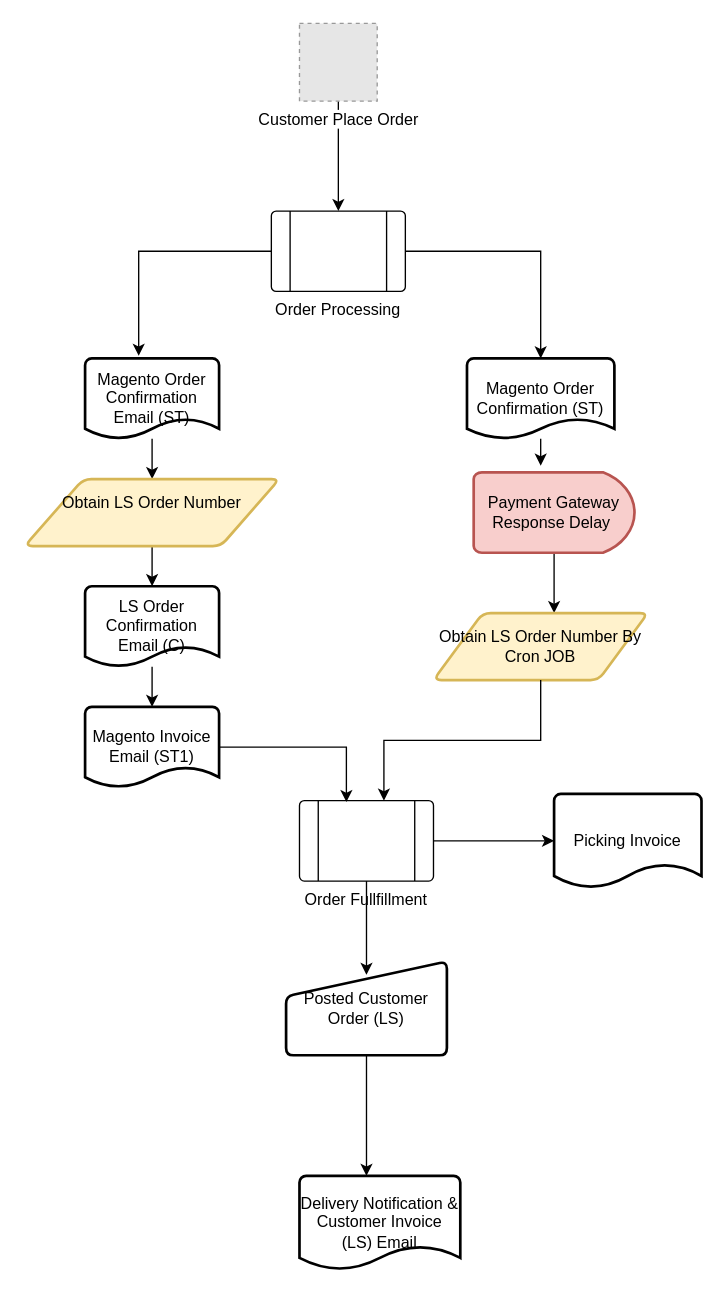
Earlier version of the draw.io diagram EComm-Email.drawio (kasungl/Isetan_Help). Source tidied: cells renumbered, new cells numbered last; positions are measured from the earlier drawing's top-left corner, leaving out a move shared by most shapes. Both pictures are drawn from the tidied source at 134%, with x=0, y=0 at pixel (24, 23). Pictures stored in the file or linked from it are replaced by grey dashed boxes.
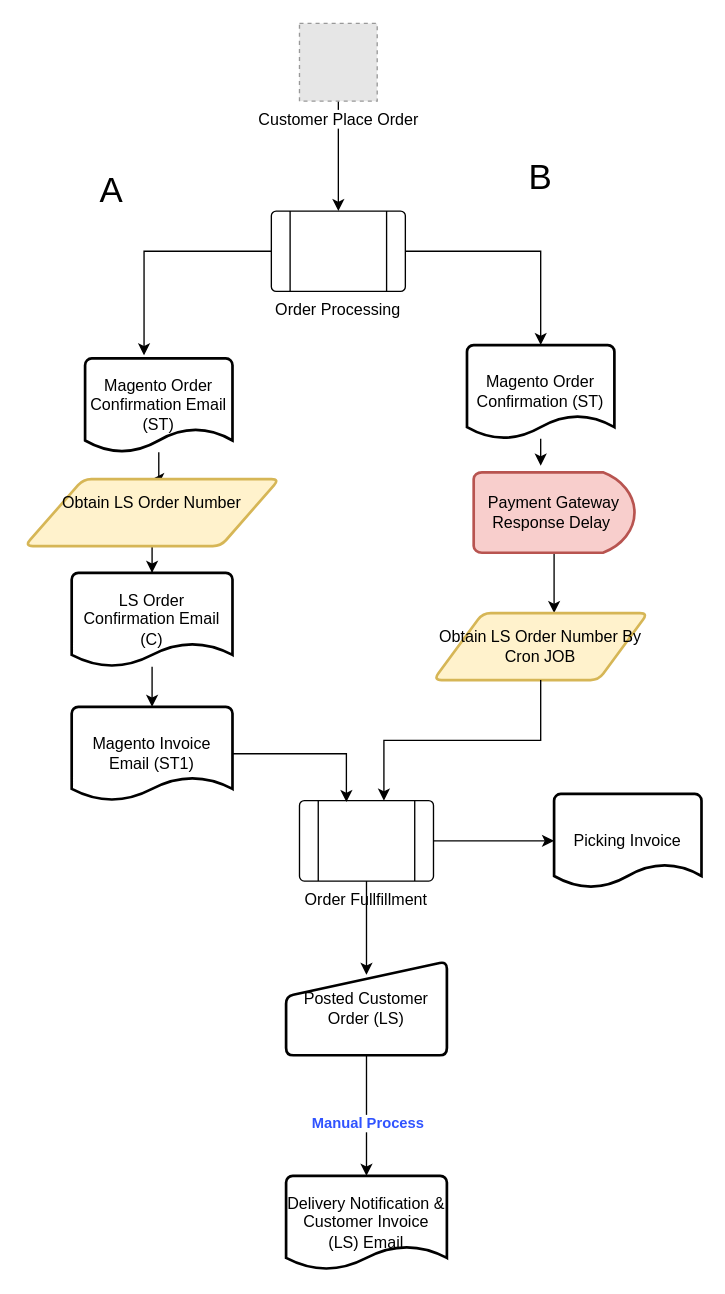
Above is the later version.

Unchanged cells that the change refers to:
```xml
<mxCell id="21" style="edgeStyle=orthogonalEdgeStyle;rounded=0;orthogonalLoop=1;jettySize=auto;html=1;" parent="1" edge="1">
  <mxGeometry relative="1" as="geometry">
    <mxPoint x="255" y="770" as="sourcePoint" />
    <mxPoint x="255" y="860" as="targetPoint" />
  </mxGeometry>
</mxCell>
```

What changed in the source:
```diff
@@
     <mxCell id="10" value="Magento Order Confirmation Email (ST)" style="strokeWidth=2;html=1;shape=mxgraph.flowchart.document2;whiteSpace=wrap;size=0.25;" parent="1" vertex="1">
-      <mxGeometry x="45" y="250" width="100" height="60" as="geometry" />
+      <mxGeometry x="45" y="250" width="110" height="70" as="geometry" />
     </mxCell>
@@
     <mxCell id="12" value="LS Order Confirmation Email (C)" style="strokeWidth=2;html=1;shape=mxgraph.flowchart.document2;whiteSpace=wrap;size=0.25;" parent="1" vertex="1">
-      <mxGeometry x="45" y="420" width="100" height="60" as="geometry" />
+      <mxGeometry x="35" y="410" width="120" height="70" as="geometry" />
     </mxCell>
@@
     <mxCell id="14" value="Magento Order Confirmation (ST)" style="strokeWidth=2;html=1;shape=mxgraph.flowchart.document2;whiteSpace=wrap;size=0.25;" parent="1" vertex="1">
-      <mxGeometry x="330" y="250" width="110" height="60" as="geometry" />
+      <mxGeometry x="330" y="240" width="110" height="70" as="geometry" />
     </mxCell>
@@
     <mxCell id="19" value="Magento Invoice Email (ST1)" style="strokeWidth=2;html=1;shape=mxgraph.flowchart.document2;whiteSpace=wrap;size=0.25;" parent="1" vertex="1">
-      <mxGeometry x="45" y="510" width="100" height="60" as="geometry" />
+      <mxGeometry x="35" y="510" width="120" height="70" as="geometry" />
     </mxCell>
@@
+    <mxCell id="28" value="&lt;b&gt;&lt;font color=&quot;#3053ff&quot;&gt;Manual Process&lt;/font&gt;&lt;/b&gt;" style="edgeLabel;html=1;align=center;verticalAlign=middle;" parent="21" vertex="1">
+      <mxGeometry x="-0.29" y="-1" relative="1" as="geometry">
+        <mxPoint x="1" y="18" as="offset" />
+      </mxGeometry>
+    </mxCell>
     <mxCell id="22" value="Delivery Notification &amp;amp; Customer Invoice (LS) Email" style="strokeWidth=2;html=1;shape=mxgraph.flowchart.document2;whiteSpace=wrap;size=0.25;" parent="1" vertex="1">
-      <mxGeometry x="205" y="860" width="120" height="70" as="geometry" />
+      <mxGeometry x="195" y="860" width="120" height="70" as="geometry" />
     </mxCell>
@@
+    <mxCell id="29" value="A" style="text;strokeColor=none;align=center;fillColor=none;html=1;verticalAlign=middle;whiteSpace=wrap;rounded=0;fontSize=26;" parent="1" vertex="1">
+      <mxGeometry x="35" y="110" width="60" height="30" as="geometry" />
+    </mxCell>
+    <mxCell id="30" value="B" style="text;strokeColor=none;align=center;fillColor=none;html=1;verticalAlign=middle;whiteSpace=wrap;rounded=0;fontSize=26;" parent="1" vertex="1">
+      <mxGeometry x="355" y="100" width="60" height="30" as="geometry" />
+    </mxCell>
```
